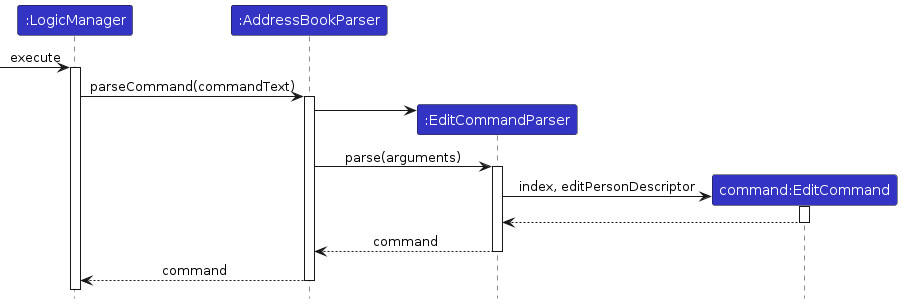
Above: diagrams/tracing/LogicSequenceDiagram.png in AY2324S1-CS2103T-T11-1/tp (PlantUML), before the change. Its source is kept beside it as diagrams/tracing/LogicSequenceDiagram.puml. The source it was exported from:
```plantuml
@startuml
!include ../style.puml
skinparam ArrowFontStyle plain

Participant ":LogicManager" as logic LOGIC_COLOR
Participant ":AddressBookParser" as abp LOGIC_COLOR
Participant ":EditCommandParser" as ecp LOGIC_COLOR
Participant "command:EditCommand" as ec LOGIC_COLOR

[-> logic : execute
activate logic
logic -> abp ++: parseCommand(commandText)
create ecp
abp -> ecp
abp -> ecp ++: parse(arguments)
create ec
ecp -> ec ++: index, editPersonDescriptor
ec --> ecp --
ecp --> abp --: command
abp --> logic --: command

@enduml
```
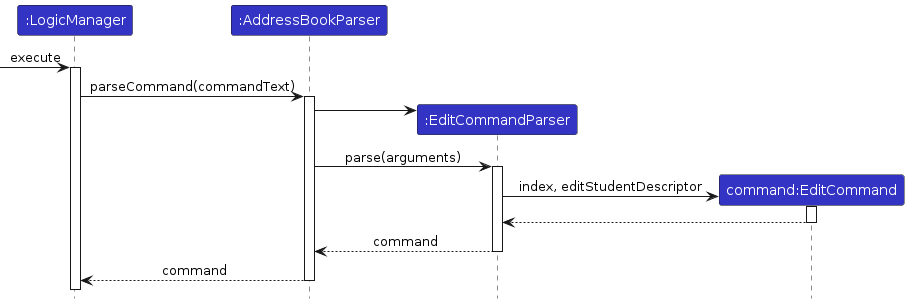
After the change.

Diff of the diagram source:
```diff
@@ -14,7 +14,7 @@
 abp -> ecp
 abp -> ecp ++: parse(arguments)
 create ec
-ecp -> ec ++: index, editPersonDescriptor
+ecp -> ec ++: index, editStudentDescriptor
 ec --> ecp --
 ecp --> abp --: command
 abp --> logic --: command
```
